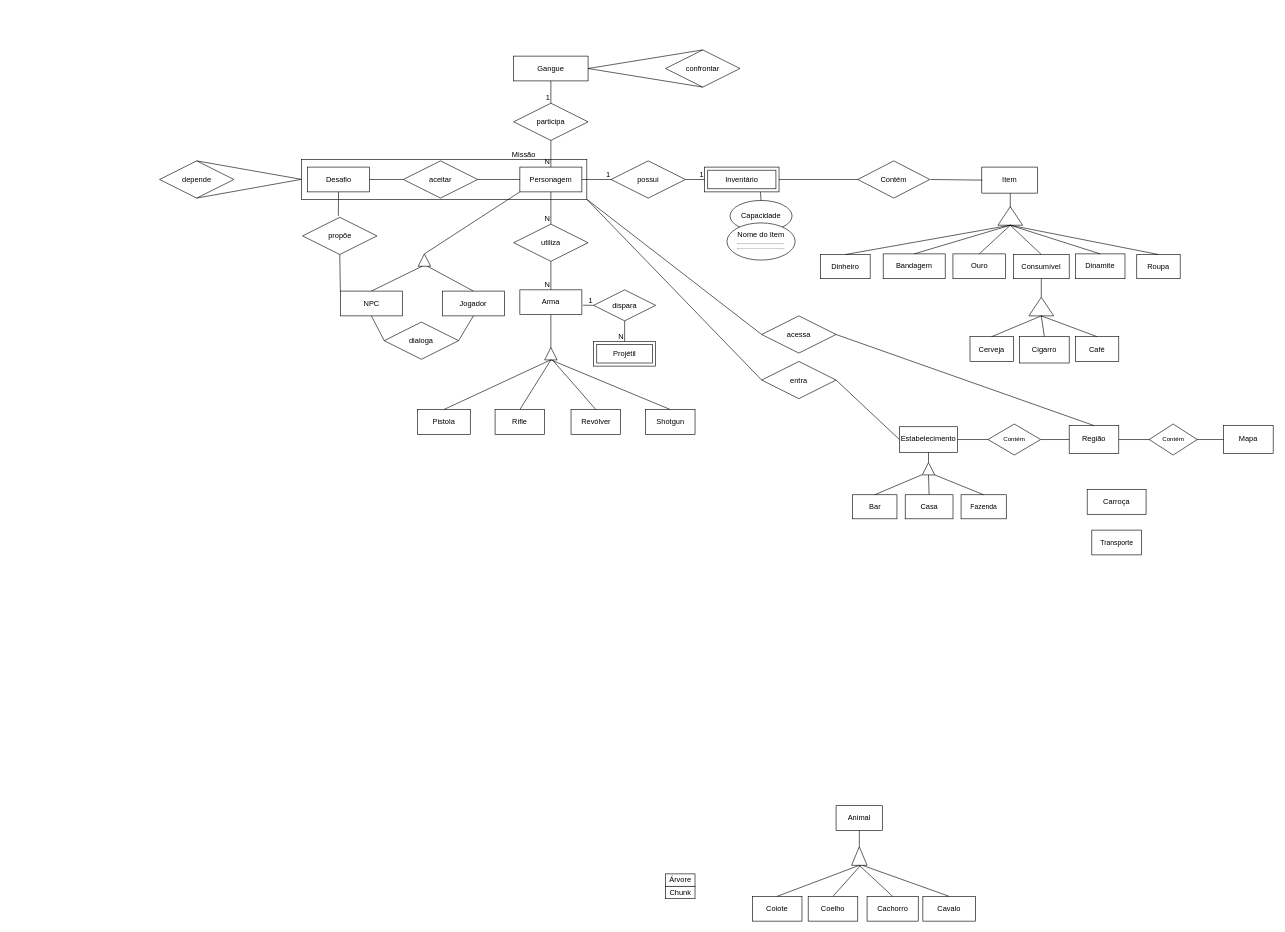
The draw.io diagram assets/img/Untitled Diagram.drawio in SBD1/2024.1-Red_Dead_Redemption2, before the edit. Source tidied: cells renumbered, new cells numbered last; positions are measured from the earlier drawing's top-left corner, leaving out a move shared by most shapes. Both pictures are drawn from the tidied source at 62%, with x=0, y=0 at pixel (159, 50).
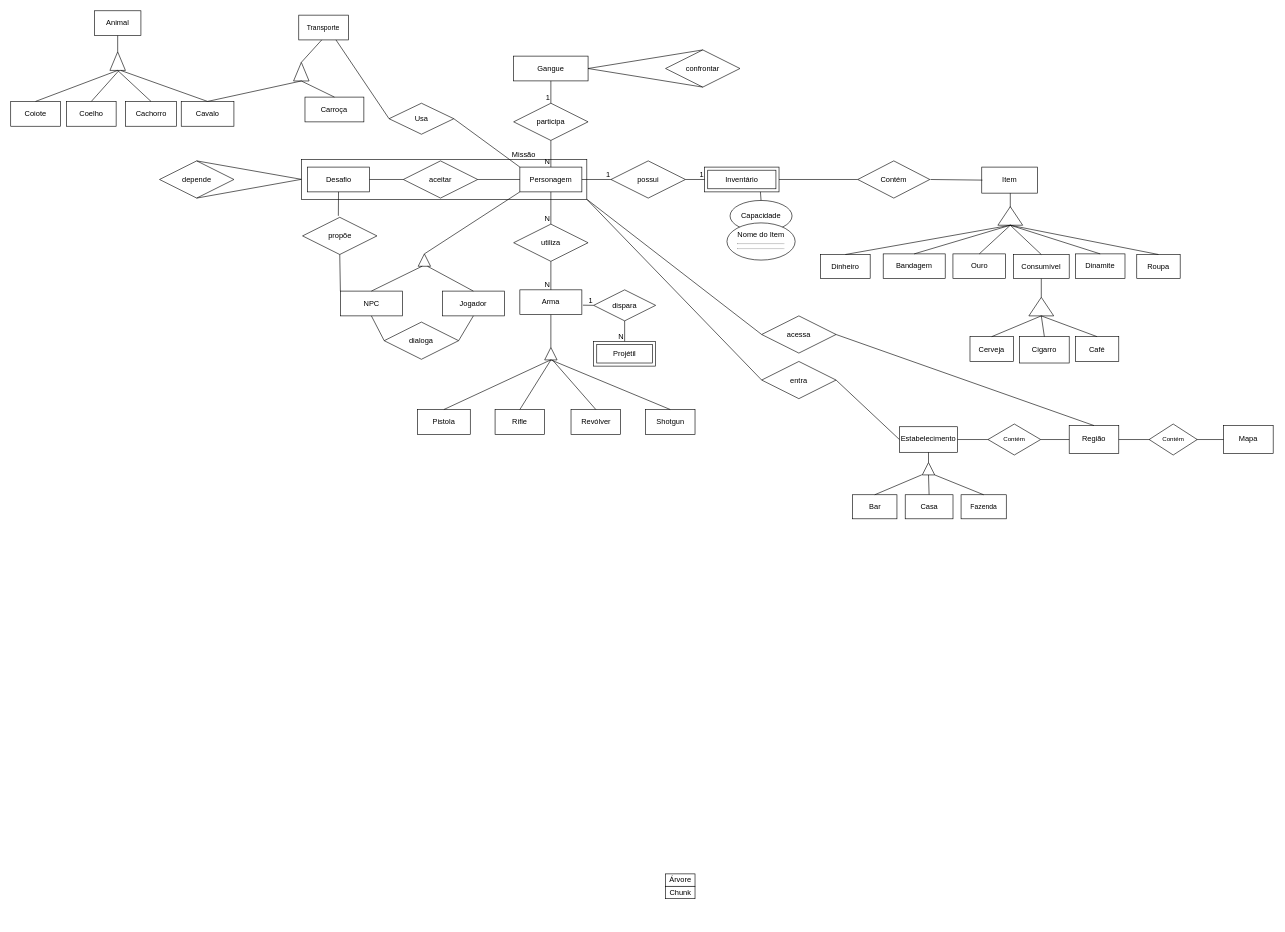
Above is the later version.

Unchanged cells that the change refers to:
```xml
<mxCell id="24" value="Personagem" style="whiteSpace=wrap;html=1;align=center;" parent="1" vertex="1">
  <mxGeometry x="581" y="189" width="100" height="40" as="geometry" />
</mxCell>
```

Diff of the diagram source:
```diff
@@
     <mxCell id="5" value="Cachorro" style="whiteSpace=wrap;html=1;" parent="1" vertex="1">
-      <mxGeometry x="1141" y="1365.2" width="82.5" height="40" as="geometry" />
+      <mxGeometry x="-55.2" y="83.1" width="82.5" height="40" as="geometry" />
     </mxCell>
@@
     <mxCell id="8" value="Coiote" style="whiteSpace=wrap;html=1;" parent="1" vertex="1">
-      <mxGeometry x="956" y="1365.2" width="80" height="40" as="geometry" />
+      <mxGeometry x="-240.2" y="83.1" width="80" height="40" as="geometry" />
     </mxCell>
@@
     <mxCell id="11" value="Coelho" style="whiteSpace=wrap;html=1;" parent="1" vertex="1">
-      <mxGeometry x="1046" y="1365.2" width="80" height="40" as="geometry" />
+      <mxGeometry x="-150.2" y="83.1" width="80" height="40" as="geometry" />
     </mxCell>
     <mxCell id="12" value="Carroça" style="whiteSpace=wrap;html=1;" parent="1" vertex="1">
-      <mxGeometry x="1496" y="709" width="95" height="40" as="geometry" />
+      <mxGeometry x="234.4" y="76.1" width="95" height="40" as="geometry" />
     </mxCell>
     <mxCell id="13" value="Cavalo" style="whiteSpace=wrap;html=1;" parent="1" vertex="1">
-      <mxGeometry x="1231" y="1365.2" width="85" height="40" as="geometry" />
+      <mxGeometry x="34.8" y="83.1" width="85" height="40" as="geometry" />
     </mxCell>
@@
     <mxCell id="20" value="Animal" style="whiteSpace=wrap;html=1;" parent="1" vertex="1">
-      <mxGeometry x="1091" y="1219" width="75" height="40" as="geometry" />
+      <mxGeometry x="-105.2" y="-63.1" width="75" height="40" as="geometry" />
     </mxCell>
@@
     <mxCell id="33" value="&lt;font style=&quot;font-size: 11px;&quot;&gt;Transporte&lt;/font&gt;" style="whiteSpace=wrap;html=1;align=center;" parent="1" vertex="1">
-      <mxGeometry x="1503.5" y="774.5" width="80" height="40" as="geometry" />
+      <mxGeometry x="224.4" y="-56.1" width="80" height="40" as="geometry" />
     </mxCell>
@@
     <mxCell id="61" style="triangle;whiteSpace=wrap;html=1;direction=north;" parent="1" vertex="1">
-      <mxGeometry x="1116" y="1285.2" width="25" height="30" as="geometry" />
+      <mxGeometry x="-80.2" y="3.1" width="25" height="30" as="geometry" />
     </mxCell>
@@
     <mxCell id="64" style="endArrow=none;html=1;rounded=0;entryX=0.5;entryY=1;entryDx=0;entryDy=0;exitX=0.5;exitY=0;exitDx=0;exitDy=0;" parent="1" edge="1" source="11">
       <mxGeometry relative="1" as="geometry">
-        <mxPoint x="1130.7" y="1315.2" as="targetPoint" />
+        <mxPoint x="-65.5" y="33.1" as="targetPoint" />
       </mxGeometry>
     </mxCell>
@@
     <mxCell id="66" style="endArrow=none;html=1;rounded=0;exitX=0.5;exitY=0;exitDx=0;exitDy=0;" parent="1" edge="1" source="13">
       <mxGeometry relative="1" as="geometry">
-        <mxPoint x="1133.5" y="1315.2" as="targetPoint" />
+        <mxPoint x="-62.8" y="33.1" as="targetPoint" />
       </mxGeometry>
     </mxCell>
@@
+    <mxCell id="129" style="triangle;whiteSpace=wrap;html=1;direction=north;" parent="1" vertex="1">
+      <mxGeometry x="216" y="20.1" width="25" height="30" as="geometry" />
+    </mxCell>
+    <mxCell id="130" style="endArrow=none;html=1;rounded=0;entryX=0.5;entryY=1;entryDx=0;entryDy=0;exitX=1;exitY=0.5;exitDx=0;exitDy=0;" parent="1" edge="1" source="129">
+      <mxGeometry relative="1" as="geometry">
+        <mxPoint x="261.4" y="-16.1" as="targetPoint" />
+      </mxGeometry>
+    </mxCell>
+    <mxCell id="131" value="Usa" style="shape=rhombus;perimeter=rhombusPerimeter;whiteSpace=wrap;html=1;align=center;" parent="1" vertex="1">
+      <mxGeometry x="370" y="86" width="104.5" height="50" as="geometry" />
+    </mxCell>
+    <mxCell id="132" style="endArrow=none;html=1;rounded=0;entryX=0;entryY=0.5;entryDx=0;entryDy=0;exitX=0.5;exitY=0;exitDx=0;exitDy=0;" parent="1" edge="1" source="12" target="129">
+      <mxGeometry relative="1" as="geometry" />
+    </mxCell>
+    <mxCell id="133" style="endArrow=none;html=1;rounded=0;entryX=0.75;entryY=1;entryDx=0;entryDy=0;exitX=0;exitY=0.5;exitDx=0;exitDy=0;" parent="1" edge="1" source="131" target="33">
+      <mxGeometry relative="1" as="geometry" />
+    </mxCell>
+    <mxCell id="134" style="endArrow=none;html=1;rounded=0;entryX=1;entryY=0.5;entryDx=0;entryDy=0;exitX=0;exitY=0;exitDx=0;exitDy=0;" parent="1" edge="1" source="24" target="131">
+      <mxGeometry relative="1" as="geometry" />
+    </mxCell>
+    <mxCell id="135" style="endArrow=none;html=1;rounded=0;entryX=0;entryY=0.5;entryDx=0;entryDy=0;exitX=0.5;exitY=0;exitDx=0;exitDy=0;" parent="1" edge="1" source="13" target="129">
+      <mxGeometry relative="1" as="geometry" />
+    </mxCell>
```
